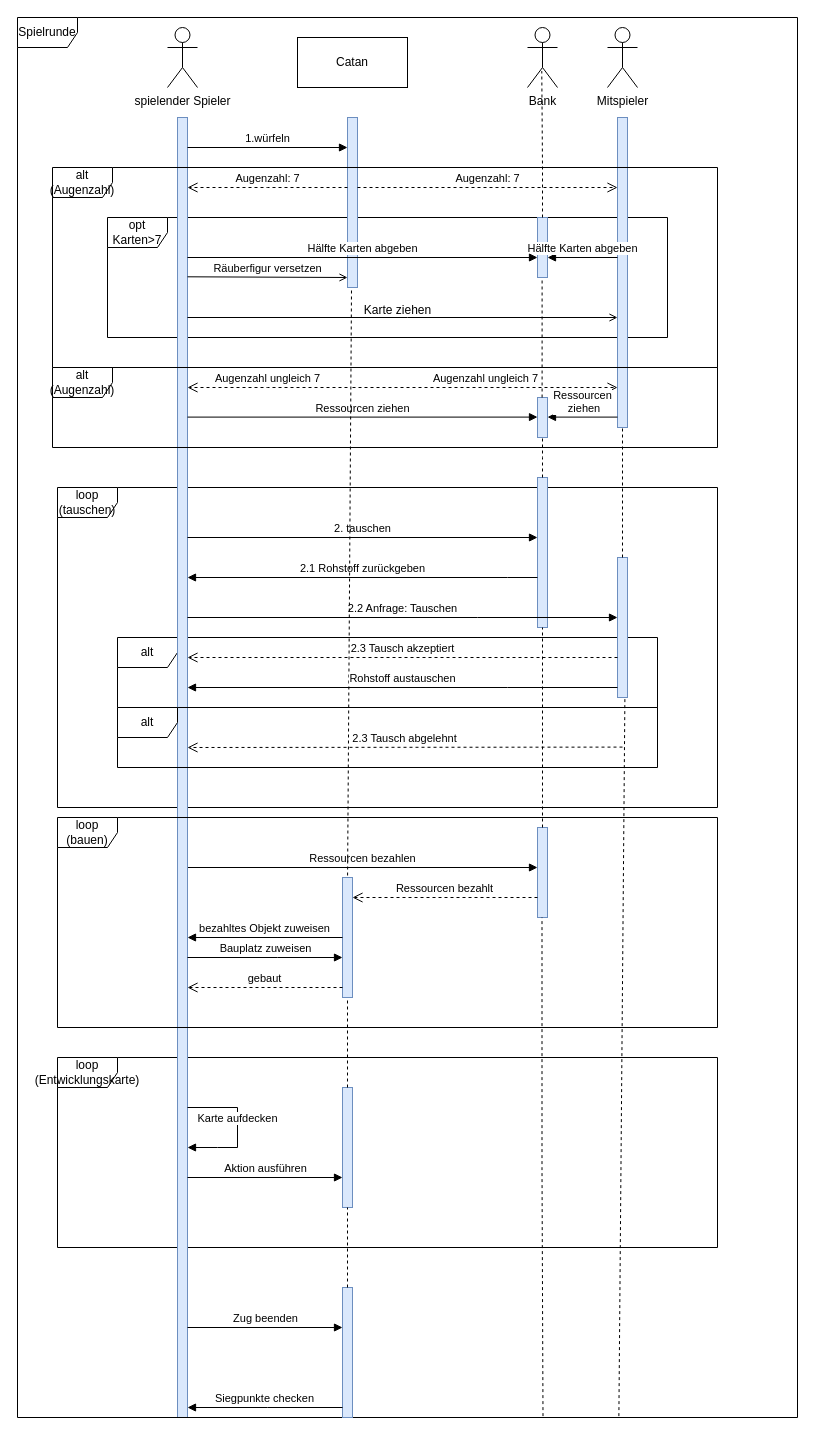
picooo0001/die_siedler_von_catan keeps this draw.io diagram as SEQUENCEDIAGRAM.drawio. Above is the earlier version. Source tidied: cells renumbered, new cells numbered last; positions are measured from the earlier drawing's top-left corner, leaving out a move shared by most shapes. Both pictures are drawn from the tidied source at 100%, with x=0, y=0 at pixel (17, 17).
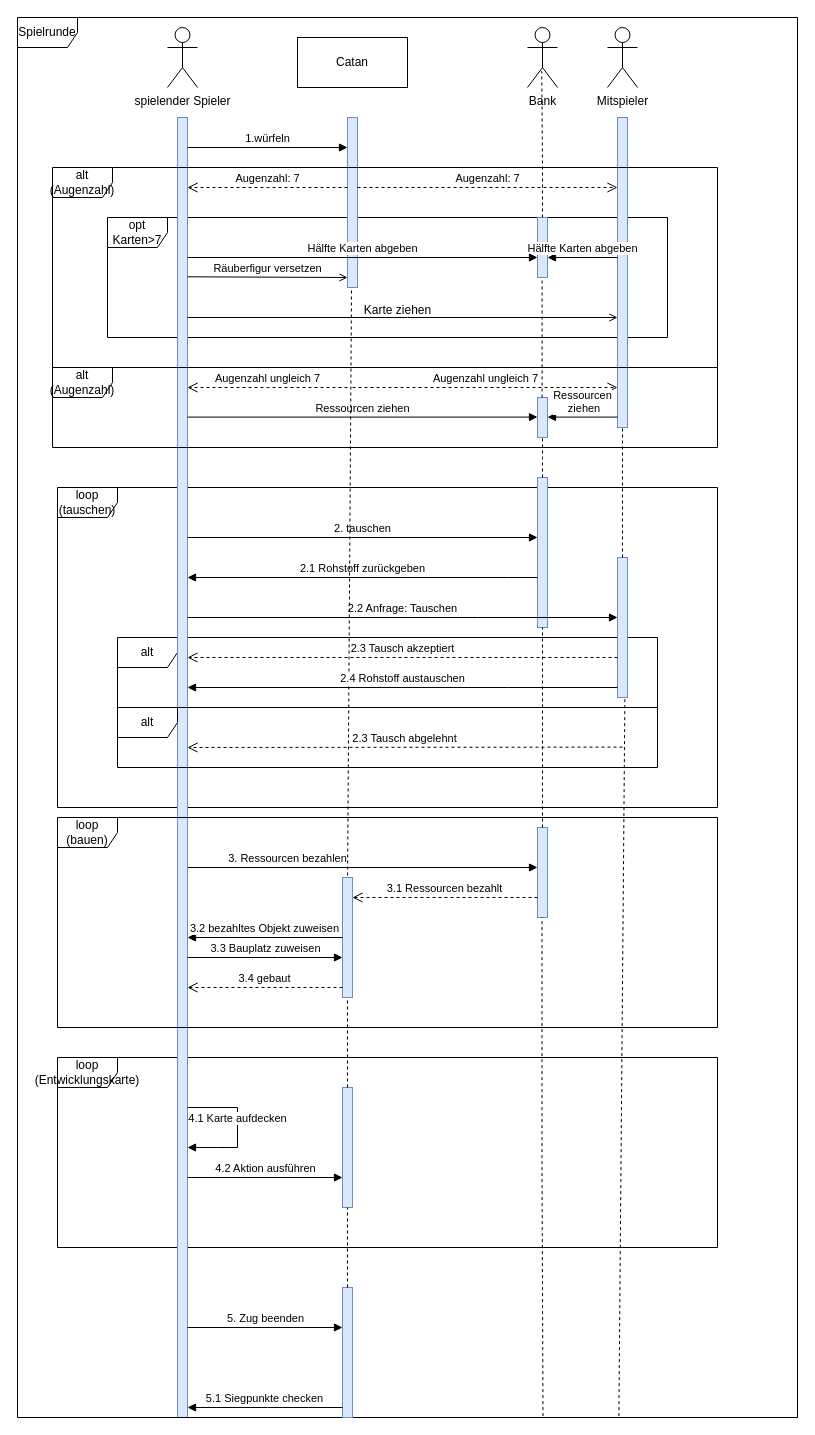
Above is the later version.

The change refers to these unchanged cells:
```xml
<mxCell id="13" style="html=1;points=[[0,0,0,0,5],[0,1,0,0,-5],[1,0,0,0,5],[1,1,0,0,-5]];perimeter=orthogonalPerimeter;outlineConnect=0;targetShapes=umlLifeline;portConstraint=eastwest;newEdgeStyle={&quot;curved&quot;:0,&quot;rounded&quot;:0};fillColor=#dae8fc;strokeColor=#6c8ebf;" parent="1" vertex="1">
  <mxGeometry x="160" y="100" width="10" height="1300" as="geometry" />
</mxCell>
<mxCell id="14" style="html=1;points=[[0,0,0,0,5],[0,1,0,0,-5],[1,0,0,0,5],[1,1,0,0,-5]];perimeter=orthogonalPerimeter;outlineConnect=0;targetShapes=umlLifeline;portConstraint=eastwest;newEdgeStyle={&quot;curved&quot;:0,&quot;rounded&quot;:0};fillColor=#dae8fc;strokeColor=#6c8ebf;" parent="1" vertex="1">
  <mxGeometry x="600" y="540" width="10" height="140" as="geometry" />
</mxCell>
<mxCell id="41" style="html=1;points=[[0,0,0,0,5],[0,1,0,0,-5],[1,0,0,0,5],[1,1,0,0,-5]];perimeter=orthogonalPerimeter;outlineConnect=0;targetShapes=umlLifeline;portConstraint=eastwest;newEdgeStyle={&quot;curved&quot;:0,&quot;rounded&quot;:0};fillColor=#dae8fc;strokeColor=#6c8ebf;" parent="1" vertex="1">
  <mxGeometry x="520" y="810" width="10" height="90" as="geometry" />
</mxCell>
<mxCell id="43" style="html=1;points=[[0,0,0,0,5],[0,1,0,0,-5],[1,0,0,0,5],[1,1,0,0,-5]];perimeter=orthogonalPerimeter;outlineConnect=0;targetShapes=umlLifeline;portConstraint=eastwest;newEdgeStyle={&quot;curved&quot;:0,&quot;rounded&quot;:0};fillColor=#dae8fc;strokeColor=#6c8ebf;" parent="1" vertex="1">
  <mxGeometry x="325" y="860" width="10" height="120" as="geometry" />
</mxCell>
<mxCell id="50" style="html=1;points=[[0,0,0,0,5],[0,1,0,0,-5],[1,0,0,0,5],[1,1,0,0,-5]];perimeter=orthogonalPerimeter;outlineConnect=0;targetShapes=umlLifeline;portConstraint=eastwest;newEdgeStyle={&quot;curved&quot;:0,&quot;rounded&quot;:0};fillColor=#dae8fc;strokeColor=#6c8ebf;" parent="1" vertex="1">
  <mxGeometry x="325" y="1070" width="10" height="120" as="geometry" />
</mxCell>
<mxCell id="53" style="html=1;points=[[0,0,0,0,5],[0,1,0,0,-5],[1,0,0,0,5],[1,1,0,0,-5]];perimeter=orthogonalPerimeter;outlineConnect=0;targetShapes=umlLifeline;portConstraint=eastwest;newEdgeStyle={&quot;curved&quot;:0,&quot;rounded&quot;:0};fillColor=#dae8fc;strokeColor=#6c8ebf;" parent="1" vertex="1">
  <mxGeometry x="325" y="1270" width="10" height="130" as="geometry" />
</mxCell>
```

Diff of the diagram source:
```diff
@@
-    <mxCell id="4" value="Ressourcen bezahlen" style="html=1;verticalAlign=bottom;endArrow=block;curved=0;rounded=0;" parent="1" edge="1" target="41">
-      <mxGeometry relative="1" as="geometry">
+    <mxCell id="4" value="3. Ressourcen bezahlen" style="html=1;verticalAlign=bottom;endArrow=block;curved=0;rounded=0;" parent="1" edge="1" target="41">
+      <mxGeometry x="-0.43" relative="1" as="geometry">
         <mxPoint x="170" y="850" as="sourcePoint" />
       </mxGeometry>
     </mxCell>
@@
-    <mxCell id="40" value="Rohstoff austauschen" style="html=1;verticalAlign=bottom;endArrow=block;curved=0;rounded=0;" parent="1" edge="1" source="14">
+    <mxCell id="40" value="2.4 Rohstoff austauschen" style="html=1;verticalAlign=bottom;endArrow=block;curved=0;rounded=0;" parent="1" edge="1" source="14">
       <mxGeometry relative="1" as="geometry">
         <mxPoint x="170" y="670" as="targetPoint" />
         <Array as="points">
           <mxPoint x="490" y="670" />
         </Array>
       </mxGeometry>
     </mxCell>
@@
-    <mxCell id="42" value="Ressourcen bezahlt" style="html=1;verticalAlign=bottom;endArrow=open;dashed=1;endSize=8;curved=0;rounded=0;" parent="1" edge="1" target="43">
+    <mxCell id="42" value="3.1 Ressourcen bezahlt" style="html=1;verticalAlign=bottom;endArrow=open;dashed=1;endSize=8;curved=0;rounded=0;" parent="1" edge="1" target="43">
       <mxGeometry relative="1" as="geometry">
         <mxPoint x="520" y="880" as="sourcePoint" />
       </mxGeometry>
     </mxCell>
@@
-    <mxCell id="44" value="bezahltes Objekt zuweisen" style="html=1;verticalAlign=bottom;endArrow=block;curved=0;rounded=0;" parent="1" edge="1" source="43" target="13">
+    <mxCell id="44" value="3.2 bezahltes Objekt zuweisen" style="html=1;verticalAlign=bottom;endArrow=block;curved=0;rounded=0;" parent="1" edge="1" source="43" target="13">
       <mxGeometry relative="1" as="geometry" />
     </mxCell>
-    <mxCell id="45" value="Bauplatz zuweisen" style="html=1;verticalAlign=bottom;endArrow=block;curved=0;rounded=0;" parent="1" edge="1" source="13" target="43">
+    <mxCell id="45" value="3.3 Bauplatz zuweisen" style="html=1;verticalAlign=bottom;endArrow=block;curved=0;rounded=0;" parent="1" edge="1" source="13" target="43">
       <mxGeometry relative="1" as="geometry">
         <Array as="points">
           <mxPoint x="260" y="940" />
         </Array>
       </mxGeometry>
     </mxCell>
@@
-    <mxCell id="47" value="gebaut" style="html=1;verticalAlign=bottom;endArrow=open;dashed=1;endSize=8;curved=0;rounded=0;" parent="1" edge="1">
+    <mxCell id="47" value="3.4 gebaut" style="html=1;verticalAlign=bottom;endArrow=open;dashed=1;endSize=8;curved=0;rounded=0;" parent="1" edge="1">
       <mxGeometry relative="1" as="geometry">
         <mxPoint x="325" y="970" as="sourcePoint" />
         <mxPoint x="170" y="970" as="targetPoint" />
       </mxGeometry>
     </mxCell>
@@
-    <mxCell id="49" value="Karte aufdecken" style="html=1;verticalAlign=bottom;endArrow=block;curved=0;rounded=0;" parent="1" edge="1" target="13">
+    <mxCell id="49" value="4.1 Karte aufdecken" style="html=1;verticalAlign=bottom;endArrow=block;curved=0;rounded=0;" parent="1" edge="1" target="13">
       <mxGeometry relative="1" as="geometry">
         <mxPoint x="170" y="1090" as="sourcePoint" />
         <Array as="points">
           <mxPoint x="220" y="1090" />
           <mxPoint x="220" y="1130" />
           <mxPoint x="200" y="1130" />
         </Array>
       </mxGeometry>
     </mxCell>
@@
-    <mxCell id="51" value="Aktion ausführen" style="html=1;verticalAlign=bottom;endArrow=block;curved=0;rounded=0;" parent="1" edge="1" target="50">
+    <mxCell id="51" value="4.2 Aktion ausführen" style="html=1;verticalAlign=bottom;endArrow=block;curved=0;rounded=0;" parent="1" edge="1" target="50">
       <mxGeometry relative="1" as="geometry">
         <mxPoint x="170" y="1160" as="sourcePoint" />
       </mxGeometry>
     </mxCell>
-    <mxCell id="52" value="Zug beenden" style="html=1;verticalAlign=bottom;endArrow=block;curved=0;rounded=0;" parent="1" edge="1" target="53">
+    <mxCell id="52" value="5. Zug beenden" style="html=1;verticalAlign=bottom;endArrow=block;curved=0;rounded=0;" parent="1" edge="1" target="53">
       <mxGeometry relative="1" as="geometry">
         <mxPoint x="170" y="1310" as="sourcePoint" />
       </mxGeometry>
     </mxCell>
@@
-    <mxCell id="54" value="Siegpunkte checken" style="html=1;verticalAlign=bottom;endArrow=block;curved=0;rounded=0;" parent="1" edge="1" source="53" target="13">
+    <mxCell id="54" value="5.1 Siegpunkte checken" style="html=1;verticalAlign=bottom;endArrow=block;curved=0;rounded=0;" parent="1" edge="1" source="53" target="13">
       <mxGeometry relative="1" as="geometry">
         <Array as="points">
           <mxPoint x="250" y="1390" />
         </Array>
       </mxGeometry>
     </mxCell>
```
